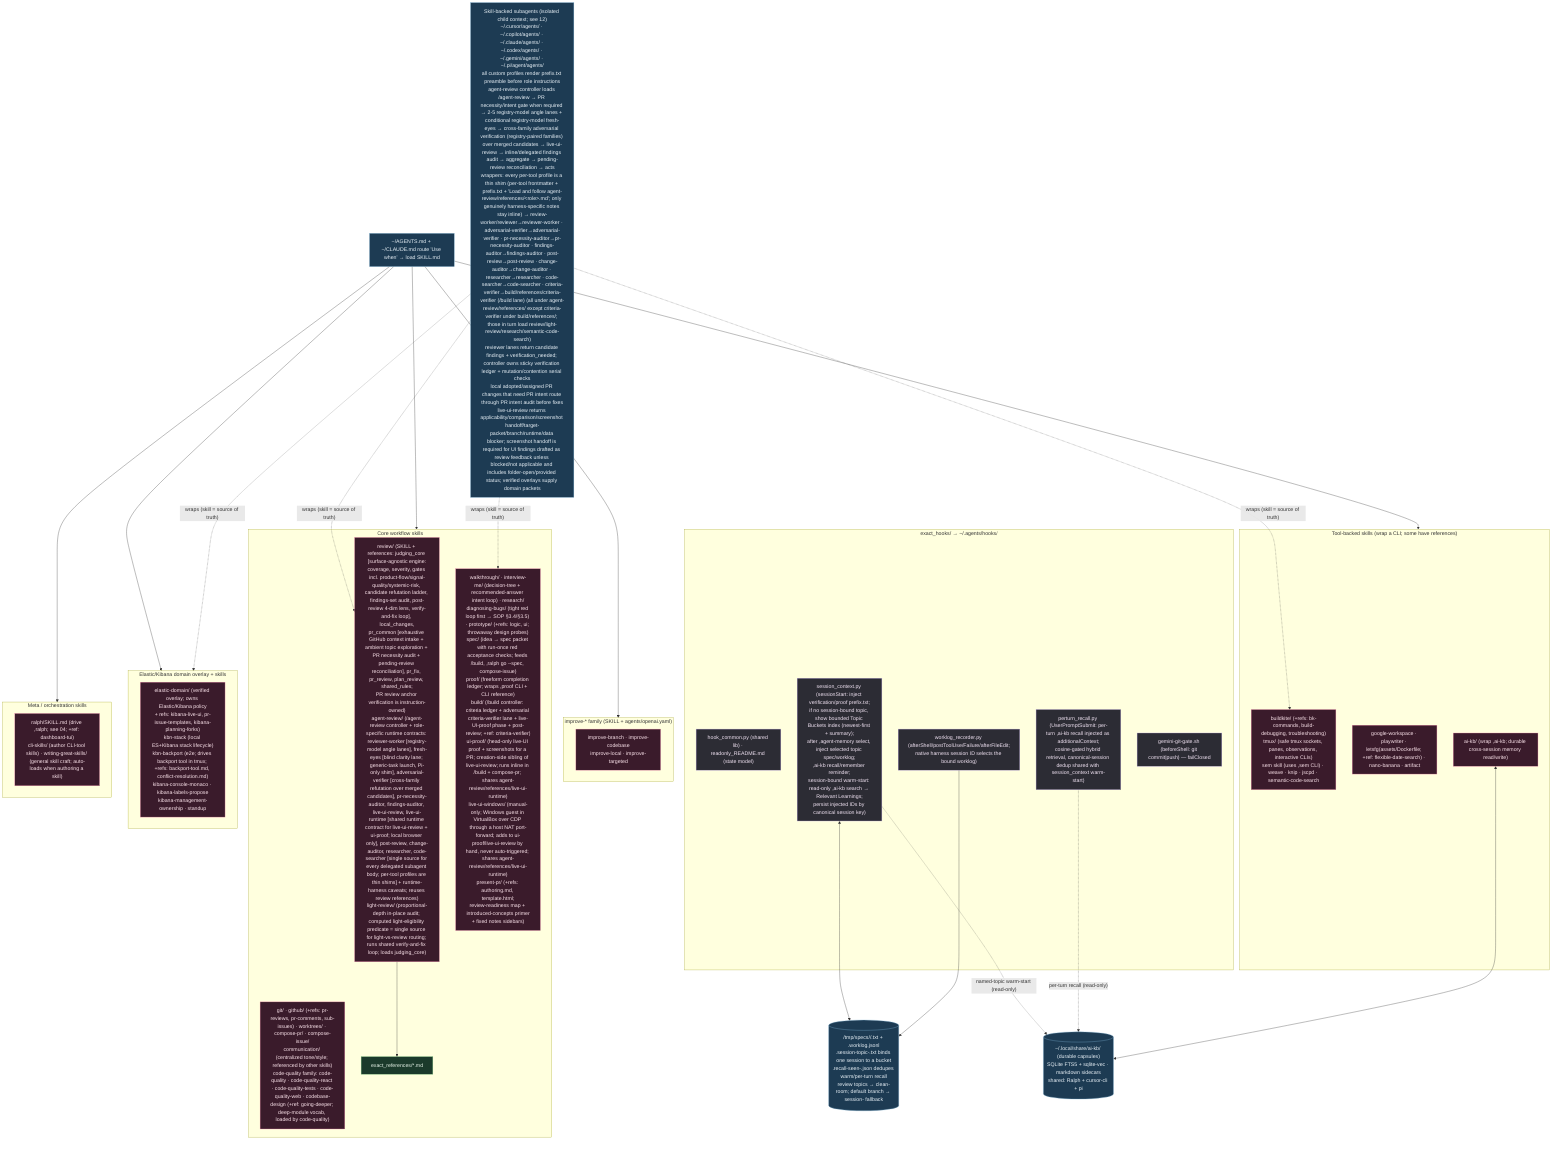
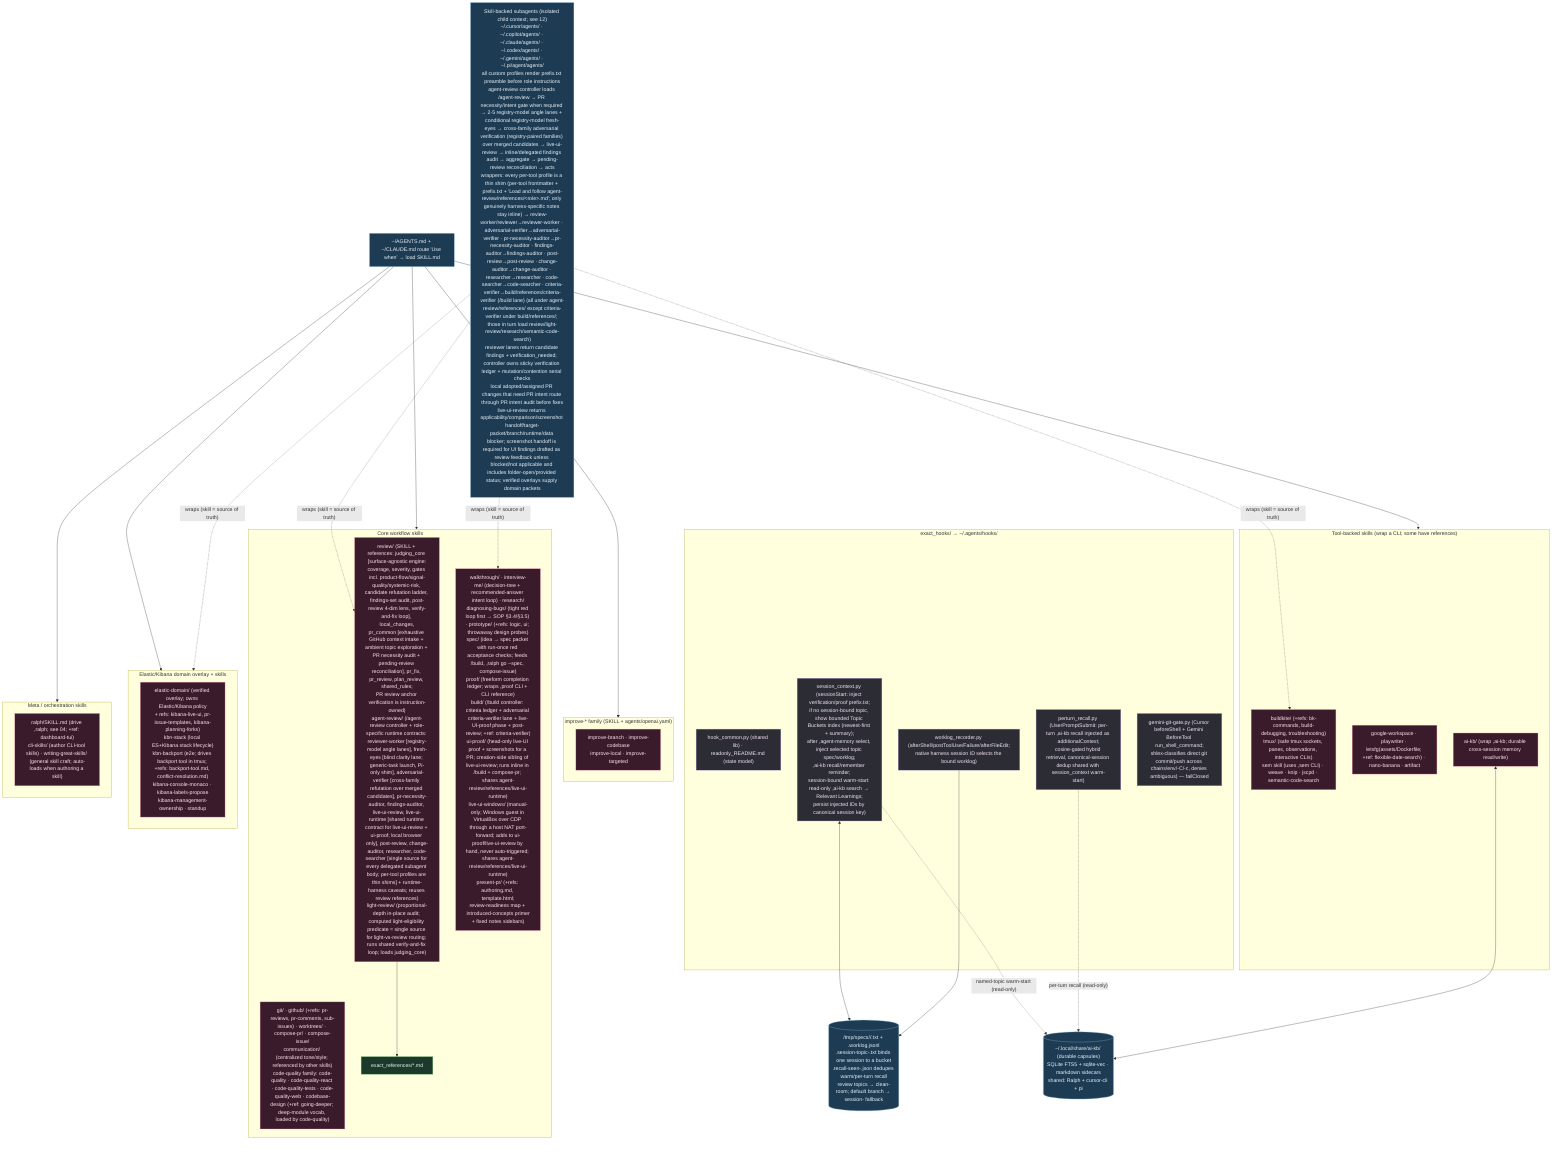
%% ============================================================================
%% 03b-agent-skills-hooks.mmd — Every file under home/exact_dot_agents/ (103).
%% Skills → ~/.agents/skills/ (intent-routed SKILL.md). Shared hooks → ~/.agents/hooks/.
%% ============================================================================
flowchart TB
    classDef skill fill:#3a1b2b,stroke:#f48fb1,color:#fce4ec;
    classDef hook fill:#2c2c34,stroke:#b39ddb,color:#f3e5f5;
    classDef ref fill:#1b3a2b,stroke:#81c784,color:#e8f5e9;
    classDef data fill:#1d3b53,stroke:#7fb3d5,color:#eaf2f8;

    subgraph HOOKS["exact_hooks/ → ~/.agents/hooks/"]
        HC["hook_common.py (shared lib) · readonly_README.md (state model)"]:::hook
        SCx["session_context.py (sessionStart: inject verification/proof prefix.txt;<br/>if no session-bound topic, show bounded Topic Buckets index (newest-first + summary);<br/>after ,agent-memory select, inject selected topic spec/worklog;<br/>,ai-kb recall/remember reminder;<br/>session-bound warm-start: read-only ,ai-kb search → Relevant Learnings;<br/>persist injected IDs by canonical session key)"]:::hook
        PRx["perturn_recall.py (UserPromptSubmit: per-turn ,ai-kb recall injected as additionalContext;<br/>cosine-gated hybrid retrieval, canonical-session dedup shared with session_context warm-start)"]:::hook
        WLx["worklog_recorder.py (afterShell/postToolUse/Failure/afterFileEdit;<br/>native harness session ID selects the bound worklog)"]:::hook
-         GG["gemini-git-gate.sh (beforeShell: git commit|push) — failClosed"]:::hook
+         GG["gemini-git-gate.py (Cursor beforeShell + Gemini BeforeTool run_shell_command;<br/>shlex-classifies direct git commit/push across chains/env/-C/-c, denies ambiguous) — failClosed"]:::hook
    end

    MEM[("/tmp/specs/<pwd>/<topic>.txt + .worklog.jsonl<br/>.session-topic-<id>.txt binds one session to a bucket<br/>.recall-seen-<session-key>.json dedupes warm/per-turn recall<br/>review topics → clean-room; default branch → session-<id> fallback")]:::data
    SCx <--> MEM
    WLx --> MEM

    KBDB[("~/.local/share/ai-kb/ (durable capsules)<br/>SQLite FTS5 + sqlite-vec · markdown sidecars<br/>shared: Ralph + cursor-cli + pi")]:::data
    SCx -. "named-topic warm-start (read-only)" .-> KBDB
    PRx -. "per-turn recall (read-only)" .-> KBDB

    subgraph CORE["Core workflow skills"]
        S1["review/ (SKILL + references: judging_core [surface-agnostic engine:<br/>coverage, severity, gates incl. product-flow/signal-quality/systemic-risk, candidate refutation ladder, findings-set audit, post-review 4-dim lens, verify-and-fix loop], local_changes,<br/>pr_common [exhaustive GitHub context intake + ambient topic exploration + PR necessity audit + pending-review reconciliation], pr_fix, pr_review, plan_review, shared_rules;<br/>PR review anchor verification is instruction-owned)<br/>agent-review/ (/agent-review controller + role-specific runtime contracts: reviewer-worker [registry-model angle lanes], fresh-eyes [blind clarity lane; generic-task launch, Pi-only shim], adversarial-verifier [cross-family refutation over merged candidates], pr-necessity-auditor, findings-auditor, live-ui-review, live-ui-runtime [shared runtime contract for live-ui-review + ui-proof; local browser only], post-review, change-auditor, researcher, code-searcher [single source for every delegated subagent body; per-tool profiles are thin shims] + runtime-harness caveats; reuses review references)<br/>light-review/ (proportional-depth in-place audit; computed light-eligibility predicate = single source for light-vs-review routing; runs shared verify-and-fix loop; loads judging_core)"]:::skill
        S2["git/ · github/ (+refs: pr-reviews, pr-comments, sub-issues) · worktrees/ · compose-pr/ · compose-issue/<br/>communication/ (centralized tone/style; referenced by other skills)<br/>code-quality family: code-quality · code-quality-react · code-quality-tests · code-quality-web · codebase-design (+ref: going-deeper; deep-module vocab, loaded by code-quality)"]:::skill
        S3["walkthrough/ · interview-me/ (decision-tree + recommended-answer intent loop) · research/<br/>diagnosing-bugs/ (tight red loop first → SOP §3.4/§3.5) · prototype/ (+refs: logic, ui; throwaway design probes)<br/>spec/ (idea → spec packet with run-once red acceptance checks; feeds /build, ,ralph go --spec, compose-issue)<br/>proof/ (freeform completion ledger; wraps ,proof CLI + CLI reference)<br/>build/ (/build controller: criteria ledger + adversarial criteria-verifier lane + live-UI-proof phase + post-review; +ref: criteria-verifier)<br/>ui-proof/ (head-only live-UI proof + screenshots for a PR; creation-side sibling of live-ui-review; runs inline in /build + compose-pr; shares agent-review/references/live-ui-runtime)<br/>live-ui-windows/ (manual-only; Windows guest in VirtualBox over CDP through a host NAT port-forward; adds to ui-proof/live-ui-review by hand, never auto-triggered; shares agent-review/references/live-ui-runtime)<br/>present-pr/ (+refs: authoring.md, template.html;<br/>review-readiness map + introduced-concepts primer<br/>+ fixed notes sidebars)"]:::skill
        S1 --> R1["exact_references/*.md"]:::ref
    end

    subgraph IMPROVE["improve-* family (SKILL + agents/openai.yaml)"]
        S4["improve-branch · improve-codebase<br/>improve-local · improve-targeted"]:::skill
    end

    subgraph TOOLS["Tool-backed skills (wrap a CLI; some have references)"]
        S5["buildkite/ (+refs: bk-commands, build-debugging, troubleshooting)<br/>tmux/ (safe tmux sockets, panes, observations, interactive CLIs)<br/>sem skill (uses ,sem CLI) · weave · knip · jscpd · semantic-code-search"]:::skill
        S6["google-workspace · playwriter · letsfg(assets/Dockerfile; +ref: flexible-date-search) · nano-banana · artifact"]:::skill
        S7["ai-kb/ (wrap ,ai-kb; durable cross-session memory read/write)"]:::skill
    end

    subgraph KBN["Elastic/Kibana domain overlay + skills"]
        S8["elastic-domain/ (verified overlay; owns Elastic/Kibana policy<br/>+ refs: kibana-live-ui, pr-issue-templates, kibana-planning-forks)<br/>kbn-stack (local ES+Kibana stack lifecycle)<br/>kbn-backport (e2e; drives backport tool in tmux; +refs: backport-tool.md, conflict-resolution.md)<br/>kibana-console-monaco · kibana-labels-propose<br/>kibana-management-ownership · standup"]:::skill
    end

    subgraph META["Meta / orchestration skills"]
        S9["ralph/SKILL.md (drive ,ralph; see 04; +ref: dashboard-tui)<br/>cli-skills/ (author CLI-tool skills) · writing-great-skills/ (general skill craft; auto-loads when authoring a skill)"]:::skill
    end

    SOPS["~/AGENTS.md + ~/CLAUDE.md route 'Use when' → load SKILL.md"]:::data
    SOPS --> CORE & IMPROVE & TOOLS & KBN & META
    S7 <--> KBDB

    SUBA["Skill-backed subagents (isolated child context; see 12)<br/>~/.cursor/agents/ · ~/.copilot/agents/ · ~/.claude/agents/ · ~/.codex/agents/ · ~/.gemini/agents/ · ~/.pi/agent/agents/<br/>all custom profiles render prefix.txt preamble before role instructions<br/>agent-review controller loads /agent-review → PR necessity/intent gate when required → 2-5 registry-model angle lanes + conditional registry-model fresh-eyes → cross-family adversarial verification (registry-paired families) over merged candidates → live-ui-review → inline/delegated findings audit → aggregate → pending-review reconciliation → acts<br/>wrappers: every per-tool profile is a thin shim (per-tool frontmatter + prefix.txt + 'Load and follow agent-review/references/&lt;role&gt;.md'; only genuinely harness-specific notes stay inline) → review-worker/reviewer→reviewer-worker · adversarial-verifier→adversarial-verifier · pr-necessity-auditor→pr-necessity-auditor · findings-auditor→findings-auditor · post-review→post-review · change-auditor→change-auditor · researcher→researcher · code-searcher→code-searcher · criteria-verifier→build/references/criteria-verifier (/build lane) (all under agent-review/references/ except criteria-verifier under build/references/; those in turn load review/light-review/research/semantic-code-search)<br/>reviewer lanes return candidate findings + verification_needed; controller owns sticky verification ledger + mutation/contention serial checks<br/>local adopted/assigned PR changes that need PR intent route through PR intent audit before fixes<br/>live-ui-review returns applicability/comparison/screenshot handoff/target-packet/branch/runtime/data blocker; screenshot handoff is required for UI findings drafted as review feedback unless blocked/not applicable and includes folder-open/provided status; verified overlays supply domain packets"]:::data
    SUBA -.->|"wraps (skill = source of truth)"| S1 & S3 & S5 & KBN
